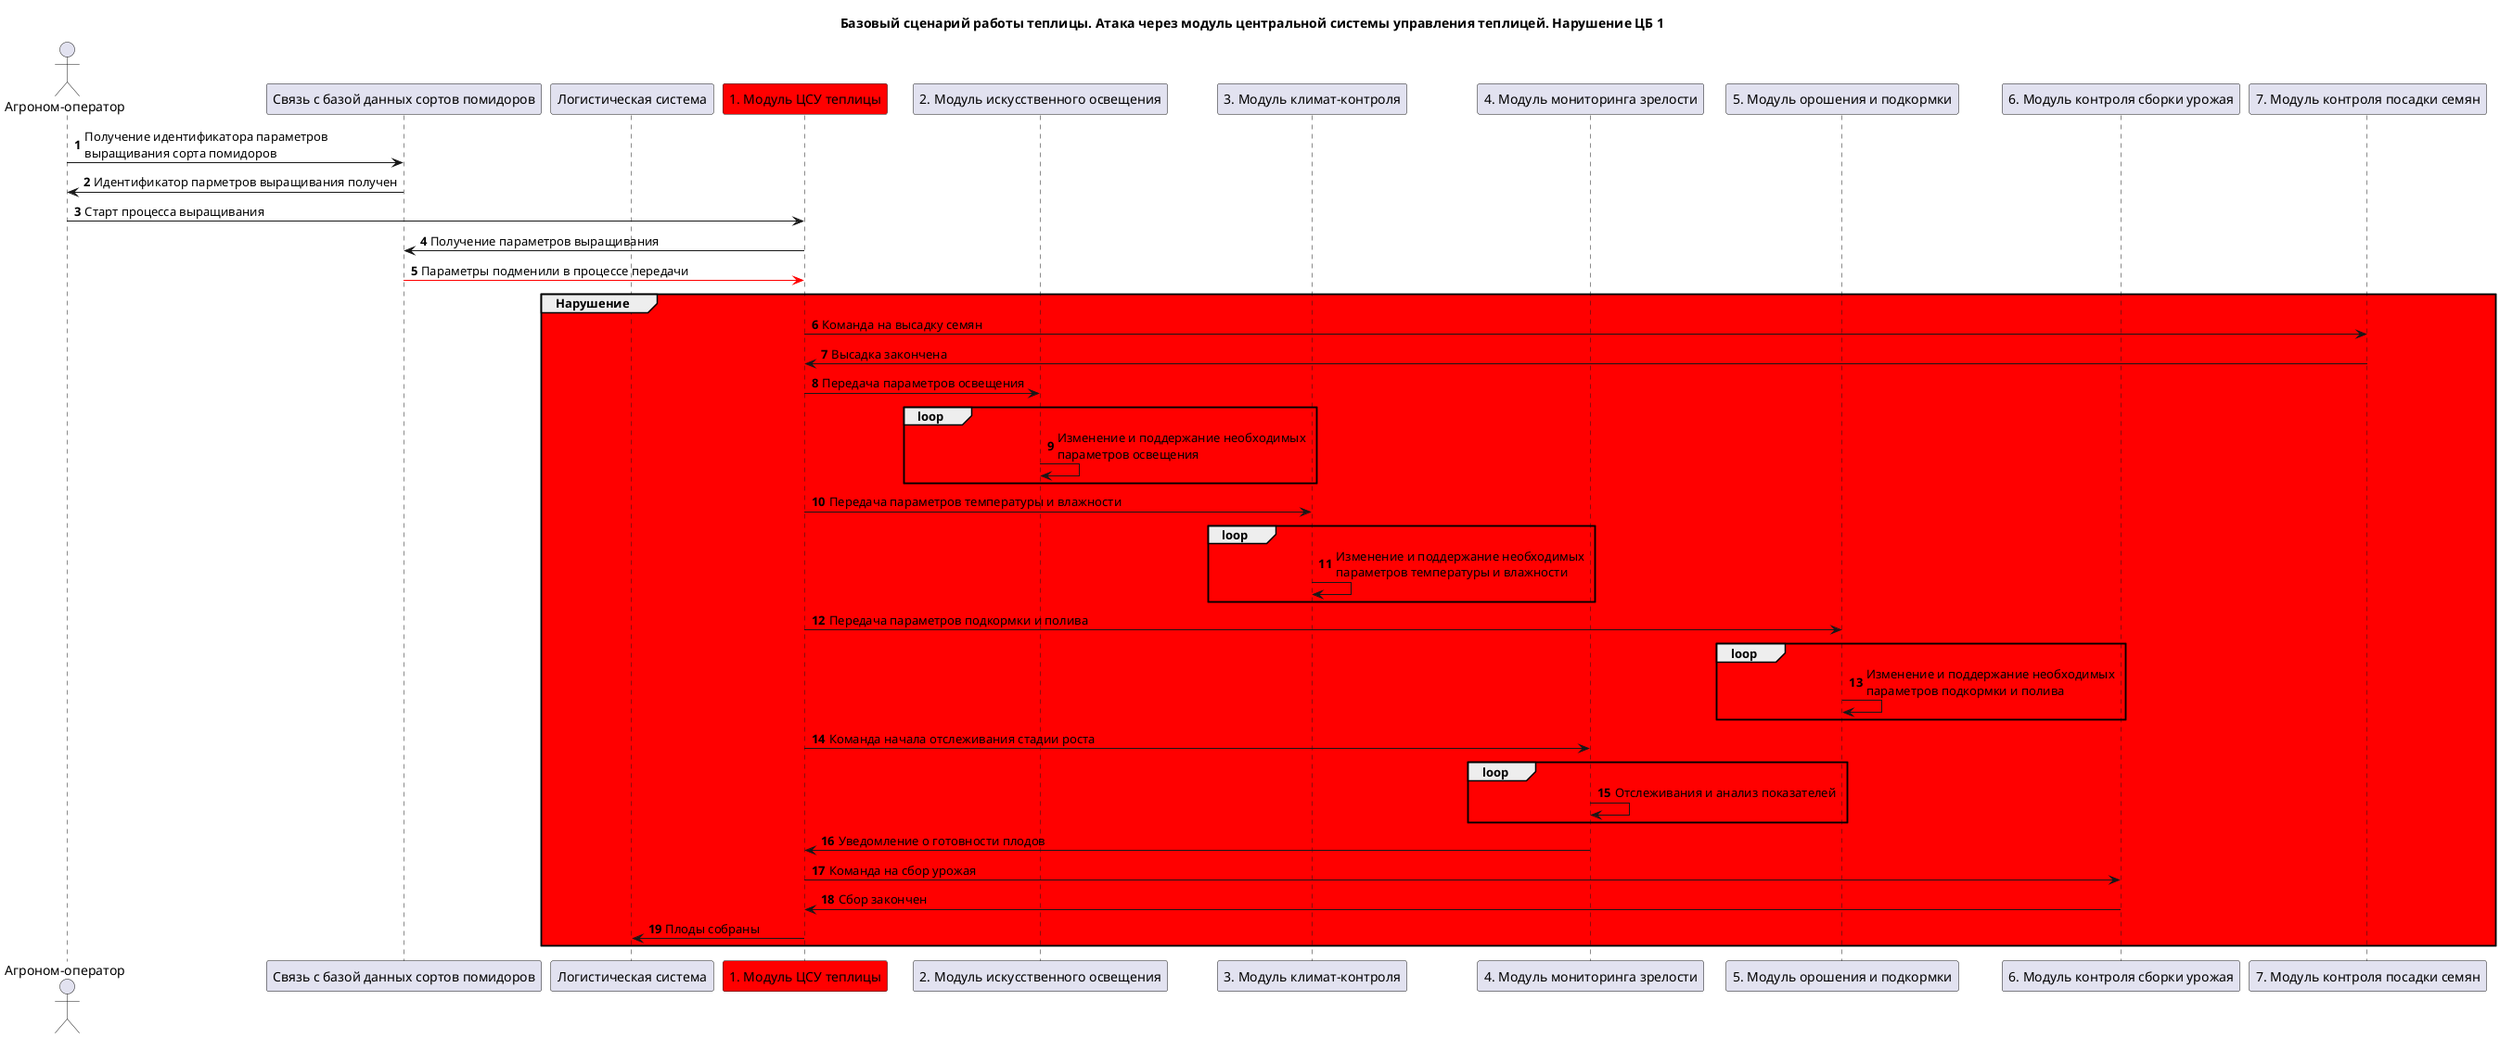
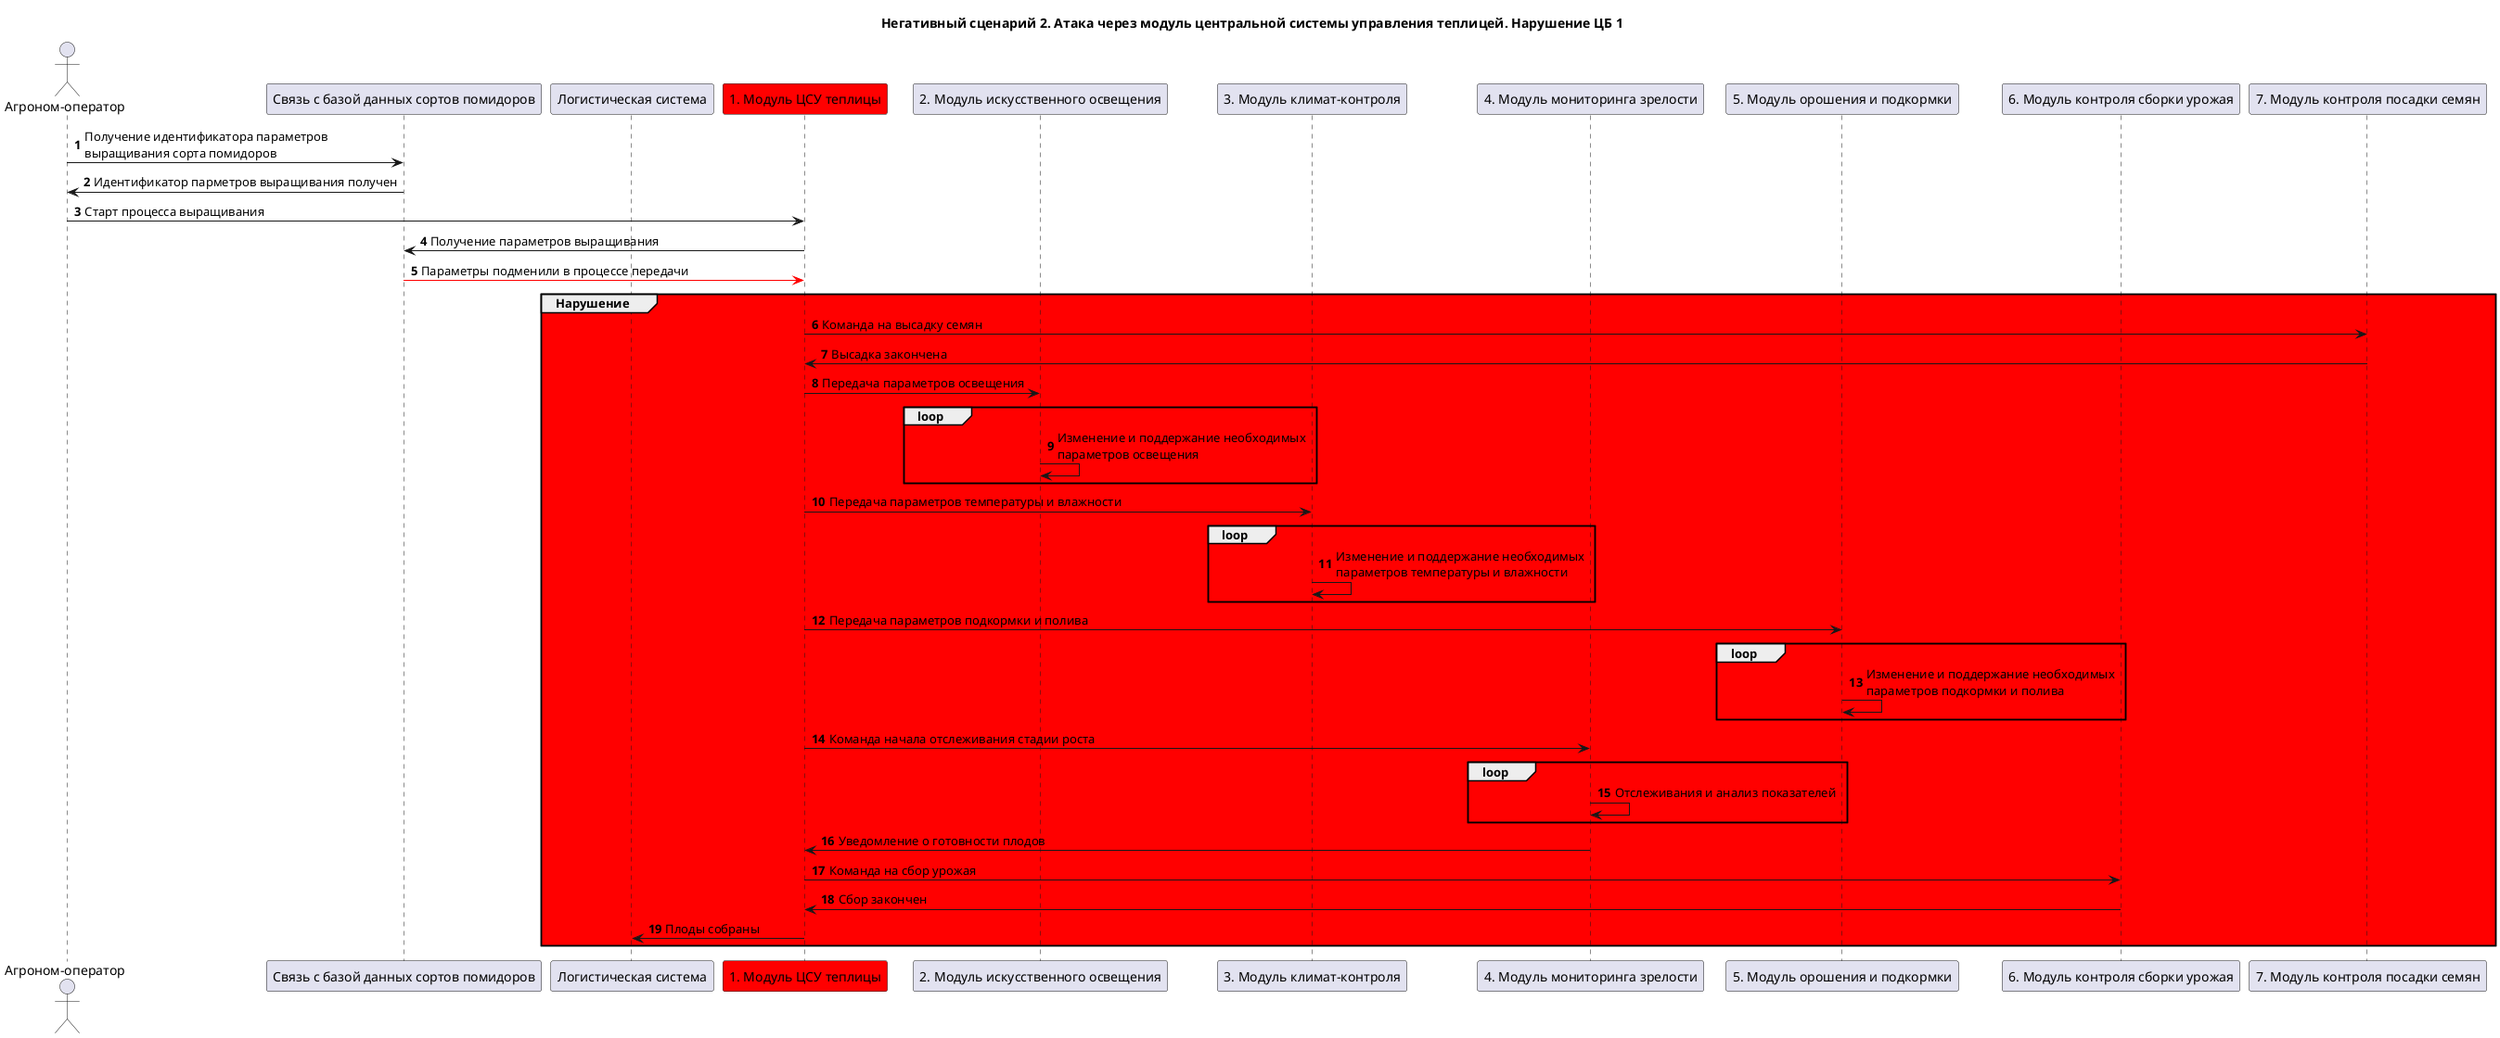
@startuml "ns-2"

- title "Базовый сценарий работы теплицы. Атака через модуль центральной системы управления теплицей. Нарушение ЦБ 1"
+ title "Негативный сценарий 2. Атака через модуль центральной системы управления теплицей. Нарушение ЦБ 1"

actor "Агроном-оператор" as operator
participant "Связь с базой данных сортов помидоров" as tomato_db
participant "Логистическая система" as logistics_system
participant "1. Модуль ЦСУ теплицы" as main_control_module #red
participant "2. Модуль искусственного освещения" as lighting_module
participant "3. Модуль климат-контроля" as climate_control_module
participant "4. Модуль мониторинга зрелости" as ripeness_monitor_module
participant "5. Модуль орошения и подкормки" as irrigation_module
participant "6. Модуль контроля сборки урожая" as harvesting_module
participant "7. Модуль контроля посадки семян" as planting_module

autonumber

operator -> tomato_db: Получение идентификатора параметров\nвыращивания сорта помидоров
tomato_db -> operator: Идентификатор парметров выращивания получен

operator -> main_control_module: Старт процесса выращивания

main_control_module -> tomato_db: Получение параметров выращивания
tomato_db -[#red]> main_control_module: Параметры подменили в процессе передачи

group #red Нарушение
main_control_module -> planting_module: Команда на высадку семян
planting_module -> main_control_module: Высадка закончена

main_control_module -> lighting_module: Передача параметров освещения
loop
lighting_module -> lighting_module: Изменение и поддержание необходимых\nпараметров освещения
end

main_control_module -> climate_control_module: Передача параметров температуры и влажности
loop
climate_control_module -> climate_control_module: Изменение и поддержание необходимых\nпараметров температуры и влажности
end

main_control_module -> irrigation_module: Передача параметров подкормки и полива
loop
irrigation_module -> irrigation_module: Изменение и поддержание необходимых\nпараметров подкормки и полива
end

main_control_module -> ripeness_monitor_module: Команда начала отслеживания стадии роста
loop
ripeness_monitor_module -> ripeness_monitor_module: Отслеживания и анализ показателей
end

ripeness_monitor_module -> main_control_module: Уведомление о готовности плодов

main_control_module -> harvesting_module: Команда на сбор урожая
harvesting_module -> main_control_module: Сбор закончен

main_control_module -> logistics_system: Плоды собраны

end

@enduml